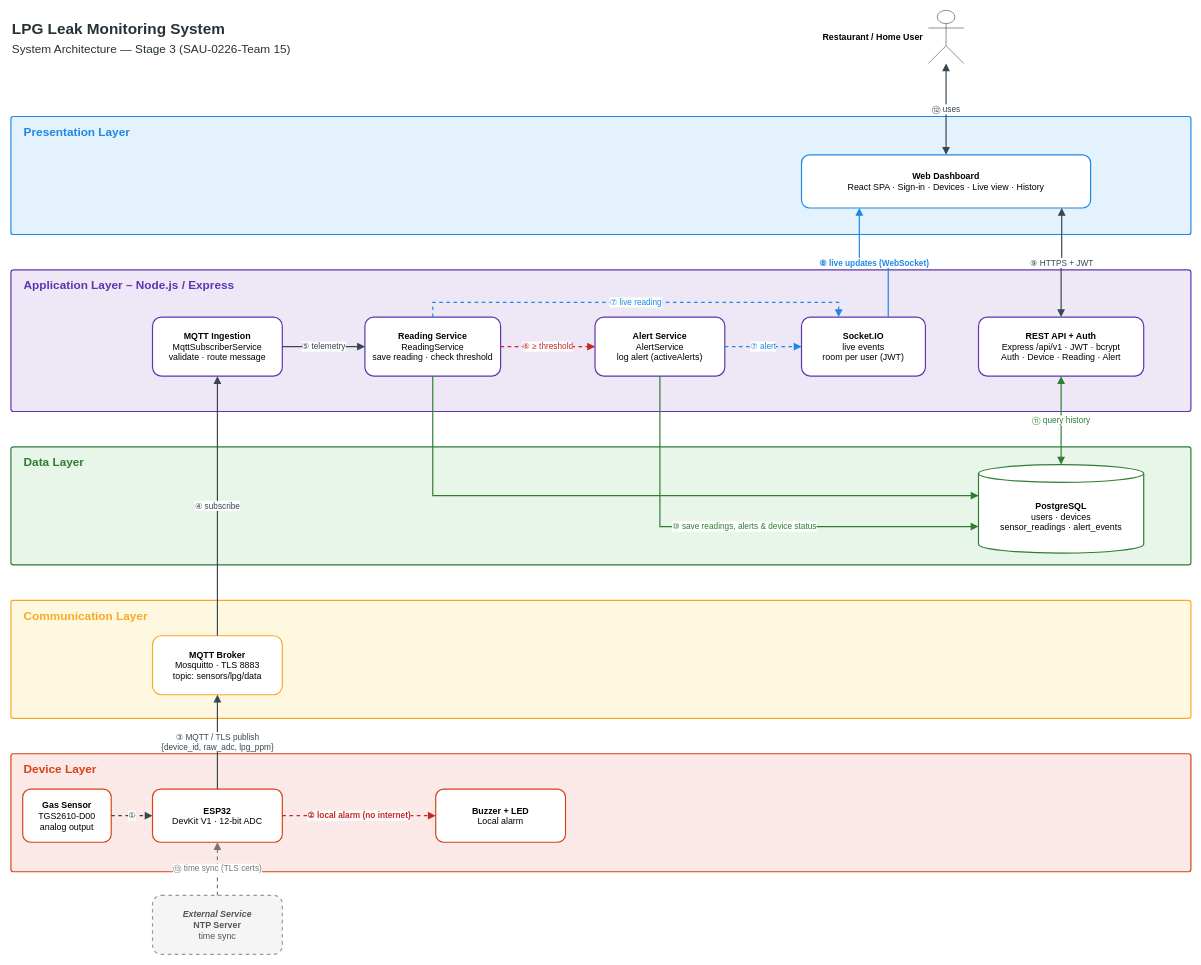
This is docs/diagrams/architecture.drawio from abdularhman2341/air-quality-monitoring-system, a draw.io file, before an edit. Source tidied: cells renumbered, new cells numbered last; positions are measured from the earlier drawing's top-left corner, leaving out a move shared by most shapes. Both pictures are drawn from the tidied source at 59%, with x=0, y=0 at pixel (11, 10).
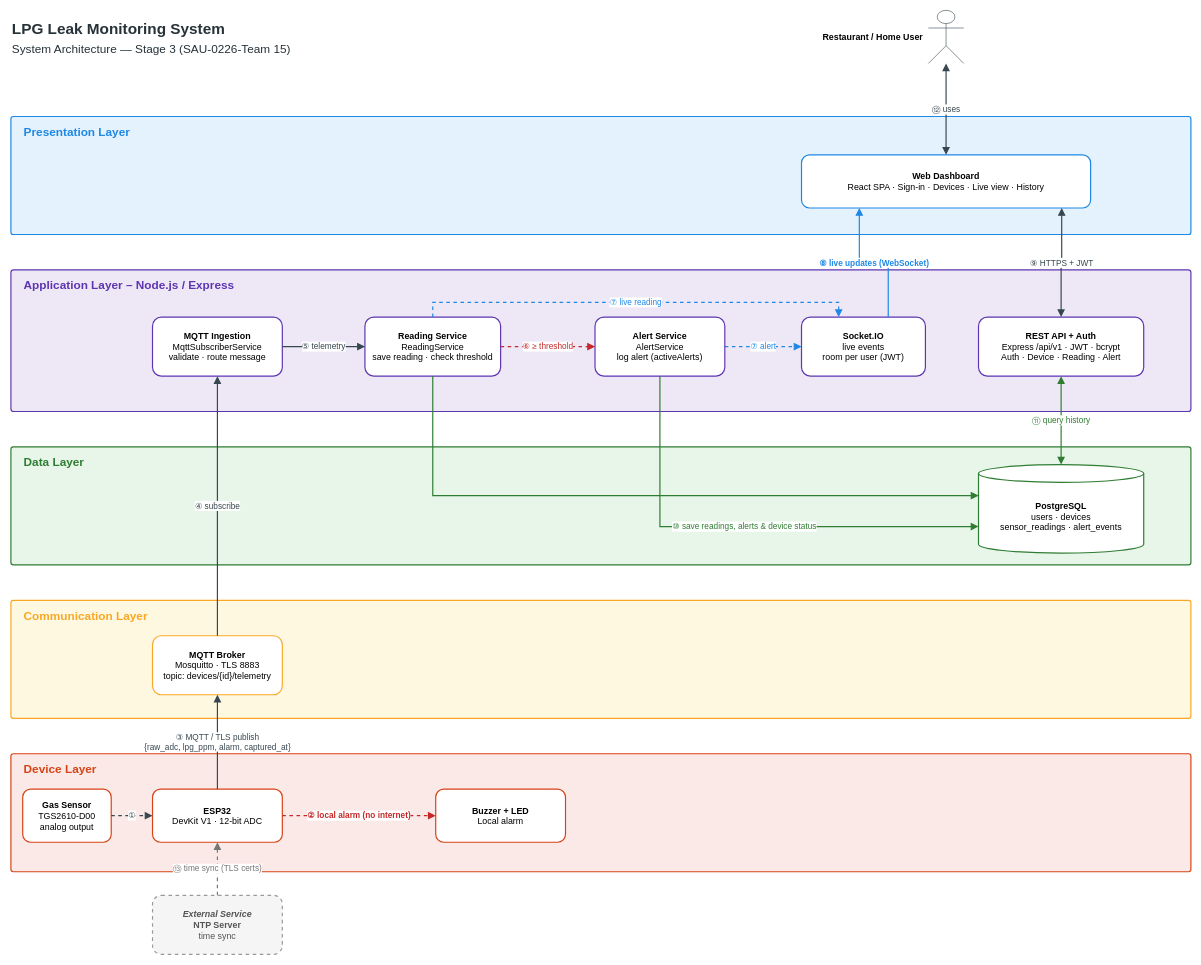
Above is the later version.

The change refers to these unchanged cells:
```xml
<mxCell id="24" value="&lt;b&gt;ESP32&lt;/b&gt;&lt;br&gt;DevKit V1 · 12-bit ADC" style="fontFamily=Helvetica;rounded=1;whiteSpace=wrap;html=1;fillColor=#FFFFFF;strokeColor=#D84315;strokeWidth=2;fontSize=15;" parent="1" vertex="1">
  <mxGeometry x="240" y="1320" width="220" height="90" as="geometry" />
</mxCell>
```

The edit, as a diff of the source:
```diff
@@
-    <mxCell id="22" value="&lt;b&gt;MQTT Broker&lt;/b&gt;&lt;br&gt;Mosquitto · TLS 8883&lt;br&gt;topic: sensors/lpg/data" style="fontFamily=Helvetica;rounded=1;whiteSpace=wrap;html=1;fillColor=#FFFFFF;strokeColor=#F9A825;strokeWidth=2;fontSize=15;" parent="1" vertex="1">
+    <mxCell id="22" value="&lt;b&gt;MQTT Broker&lt;/b&gt;&lt;br&gt;Mosquitto · TLS 8883&lt;br&gt;topic: devices/{id}/telemetry" style="fontFamily=Helvetica;rounded=1;whiteSpace=wrap;html=1;fillColor=#FFFFFF;strokeColor=#F9A825;strokeWidth=2;fontSize=15;" parent="1" vertex="1">
       <mxGeometry x="240" y="1060" width="220" height="100" as="geometry" />
     </mxCell>
@@
-    <mxCell id="29" value="③ MQTT / TLS publish&#10;{device_id, raw_adc, lpg_ppm}" style="fontFamily=Helvetica;edgeStyle=orthogonalEdgeStyle;rounded=0;html=1;strokeWidth=2;strokeColor=#37474F;fontColor=#37474F;fontSize=14;labelBackgroundColor=#FFFFFF;endArrow=block;endFill=1;endSize=8;" parent="1" edge="1" source="24" target="22">
+    <mxCell id="29" value="③ MQTT / TLS publish&#10;{raw_adc, lpg_ppm, alarm, captured_at}" style="fontFamily=Helvetica;edgeStyle=orthogonalEdgeStyle;rounded=0;html=1;strokeWidth=2;strokeColor=#37474F;fontColor=#37474F;fontSize=14;labelBackgroundColor=#FFFFFF;endArrow=block;endFill=1;endSize=8;" parent="1" edge="1" source="24" target="22">
       <mxGeometry relative="1" as="geometry" />
     </mxCell>
```
